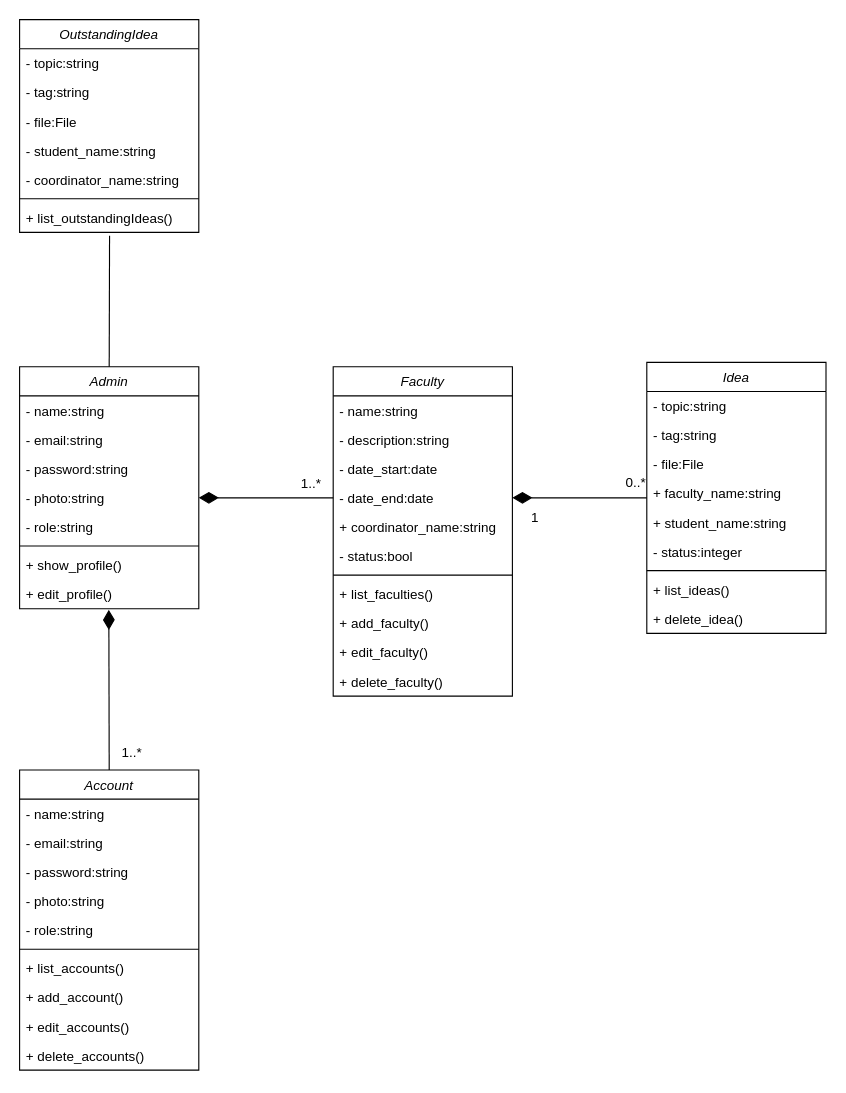
The draw.io diagram page "Admin" (2 of 5) of Database System Design diagram/Class Diagram.drawio in HungBuii/creative_ideas_project_1, before the edit. Source tidied: cells renumbered, new cells numbered last; positions are measured from the earlier drawing's top-left corner, leaving out a move shared by most shapes. Both pictures are drawn from the tidied source at 112%, with x=0, y=0 at pixel (19, 19).
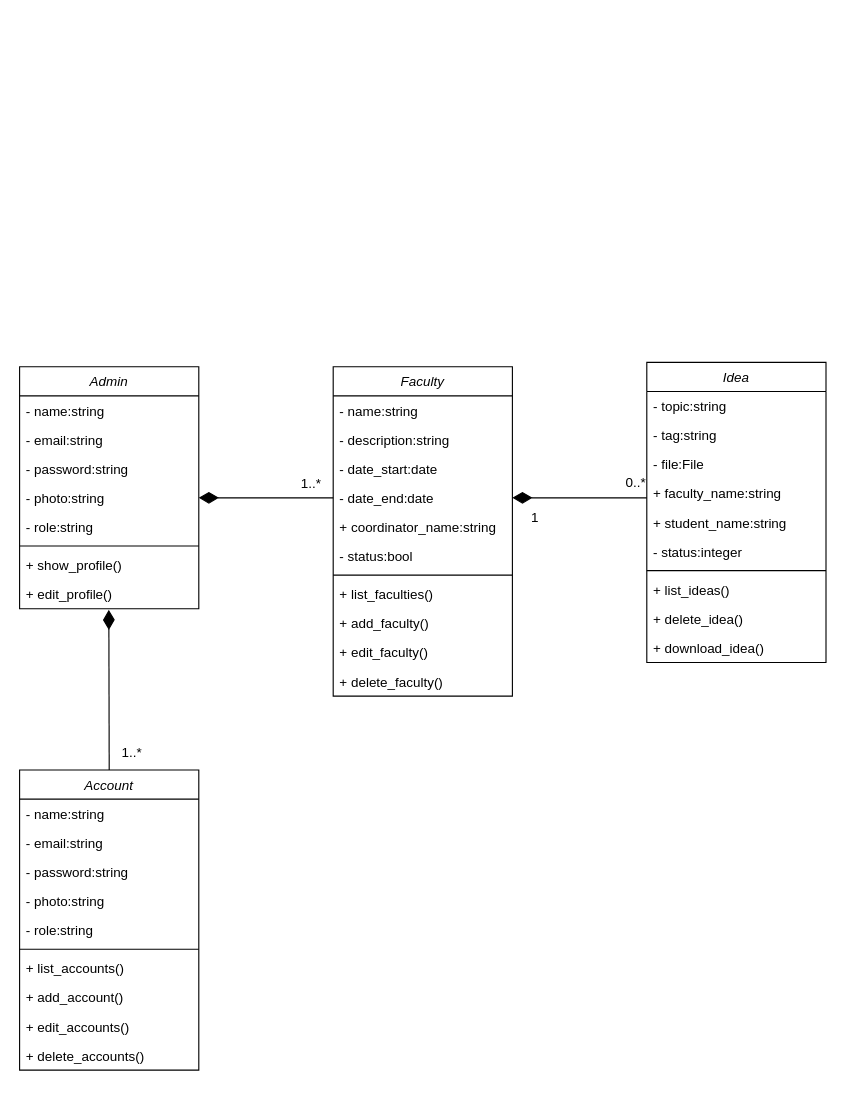
The same diagram, later.

The change refers to these unchanged cells:
```xml
<mxCell id="13" value="Admin" style="swimlane;fontStyle=2;align=center;verticalAlign=top;horizontal=1;startSize=26;rounded=0;shadow=0;strokeWidth=1;" parent="1" vertex="1">
  <mxGeometry y="310" width="160" height="216" as="geometry" />
</mxCell>
```

The edit, as a diff of the source:
```diff
@@
     <mxCell id="38" value="Idea" style="swimlane;fontStyle=2;align=center;verticalAlign=top;horizontal=1;startSize=26;rounded=0;shadow=0;strokeWidth=1;" parent="1" vertex="1">
-      <mxGeometry x="560" y="306" width="160" height="242" as="geometry" />
+      <mxGeometry x="560" y="306" width="160" height="268" as="geometry" />
     </mxCell>
@@
+    <mxCell id="60" value="+ download_idea()" style="text;align=left;verticalAlign=top;spacingLeft=4;spacingRight=4;overflow=hidden;" parent="38" vertex="1">
+      <mxGeometry y="242" width="160" height="26" as="geometry" />
+    </mxCell>
@@
-    <mxCell id="51" value="OutstandingIdea" style="swimlane;fontStyle=2;align=center;verticalAlign=top;horizontal=1;startSize=26;rounded=0;shadow=0;strokeWidth=1;" parent="1" vertex="1">
-      <mxGeometry width="160" height="190" as="geometry" />
-    </mxCell>
-    <mxCell id="52" value="- topic:string" style="text;align=left;verticalAlign=top;spacingLeft=4;spacingRight=4;overflow=hidden;" parent="51" vertex="1">
-      <mxGeometry y="26" width="160" height="26" as="geometry" />
-    </mxCell>
-    <mxCell id="53" value="- tag:string" style="text;align=left;verticalAlign=top;spacingLeft=4;spacingRight=4;overflow=hidden;rounded=0;shadow=0;html=0;" parent="51" vertex="1">
-      <mxGeometry y="52" width="160" height="26" as="geometry" />
-    </mxCell>
-    <mxCell id="54" value="- file:File" style="text;align=left;verticalAlign=top;spacingLeft=4;spacingRight=4;overflow=hidden;rounded=0;shadow=0;html=0;" parent="51" vertex="1">
-      <mxGeometry y="78" width="160" height="26" as="geometry" />
-    </mxCell>
-    <mxCell id="55" value="- student_name:string" style="text;align=left;verticalAlign=top;spacingLeft=4;spacingRight=4;overflow=hidden;rounded=0;shadow=0;html=0;" parent="51" vertex="1">
-      <mxGeometry y="104" width="160" height="26" as="geometry" />
-    </mxCell>
-    <mxCell id="56" value="- coordinator_name:string" style="text;align=left;verticalAlign=top;spacingLeft=4;spacingRight=4;overflow=hidden;rounded=0;shadow=0;html=0;" parent="51" vertex="1">
-      <mxGeometry y="130" width="160" height="26" as="geometry" />
-    </mxCell>
-    <mxCell id="57" style="line;html=1;strokeWidth=1;align=left;verticalAlign=middle;spacingTop=-1;spacingLeft=3;spacingRight=3;labelPosition=right;" parent="51" vertex="1">
-      <mxGeometry y="156" width="160" height="8" as="geometry" />
-    </mxCell>
-    <mxCell id="58" value="+ list_outstandingIdeas()" style="text;align=left;verticalAlign=top;spacingLeft=4;spacingRight=4;overflow=hidden;points=[[0,0.5],[1,0.5]];portConstraint=eastwest;" parent="51" vertex="1">
-      <mxGeometry y="164" width="160" height="26" as="geometry" />
-    </mxCell>
-    <mxCell id="59" style="endArrow=none;html=1;rounded=0;exitX=0.5;exitY=0;exitDx=0;exitDy=0;entryX=0.502;entryY=1.115;entryDx=0;entryDy=0;entryPerimeter=0;" parent="1" edge="1" source="13" target="58">
-      <mxGeometry relative="1" as="geometry" />
-    </mxCell>
```
